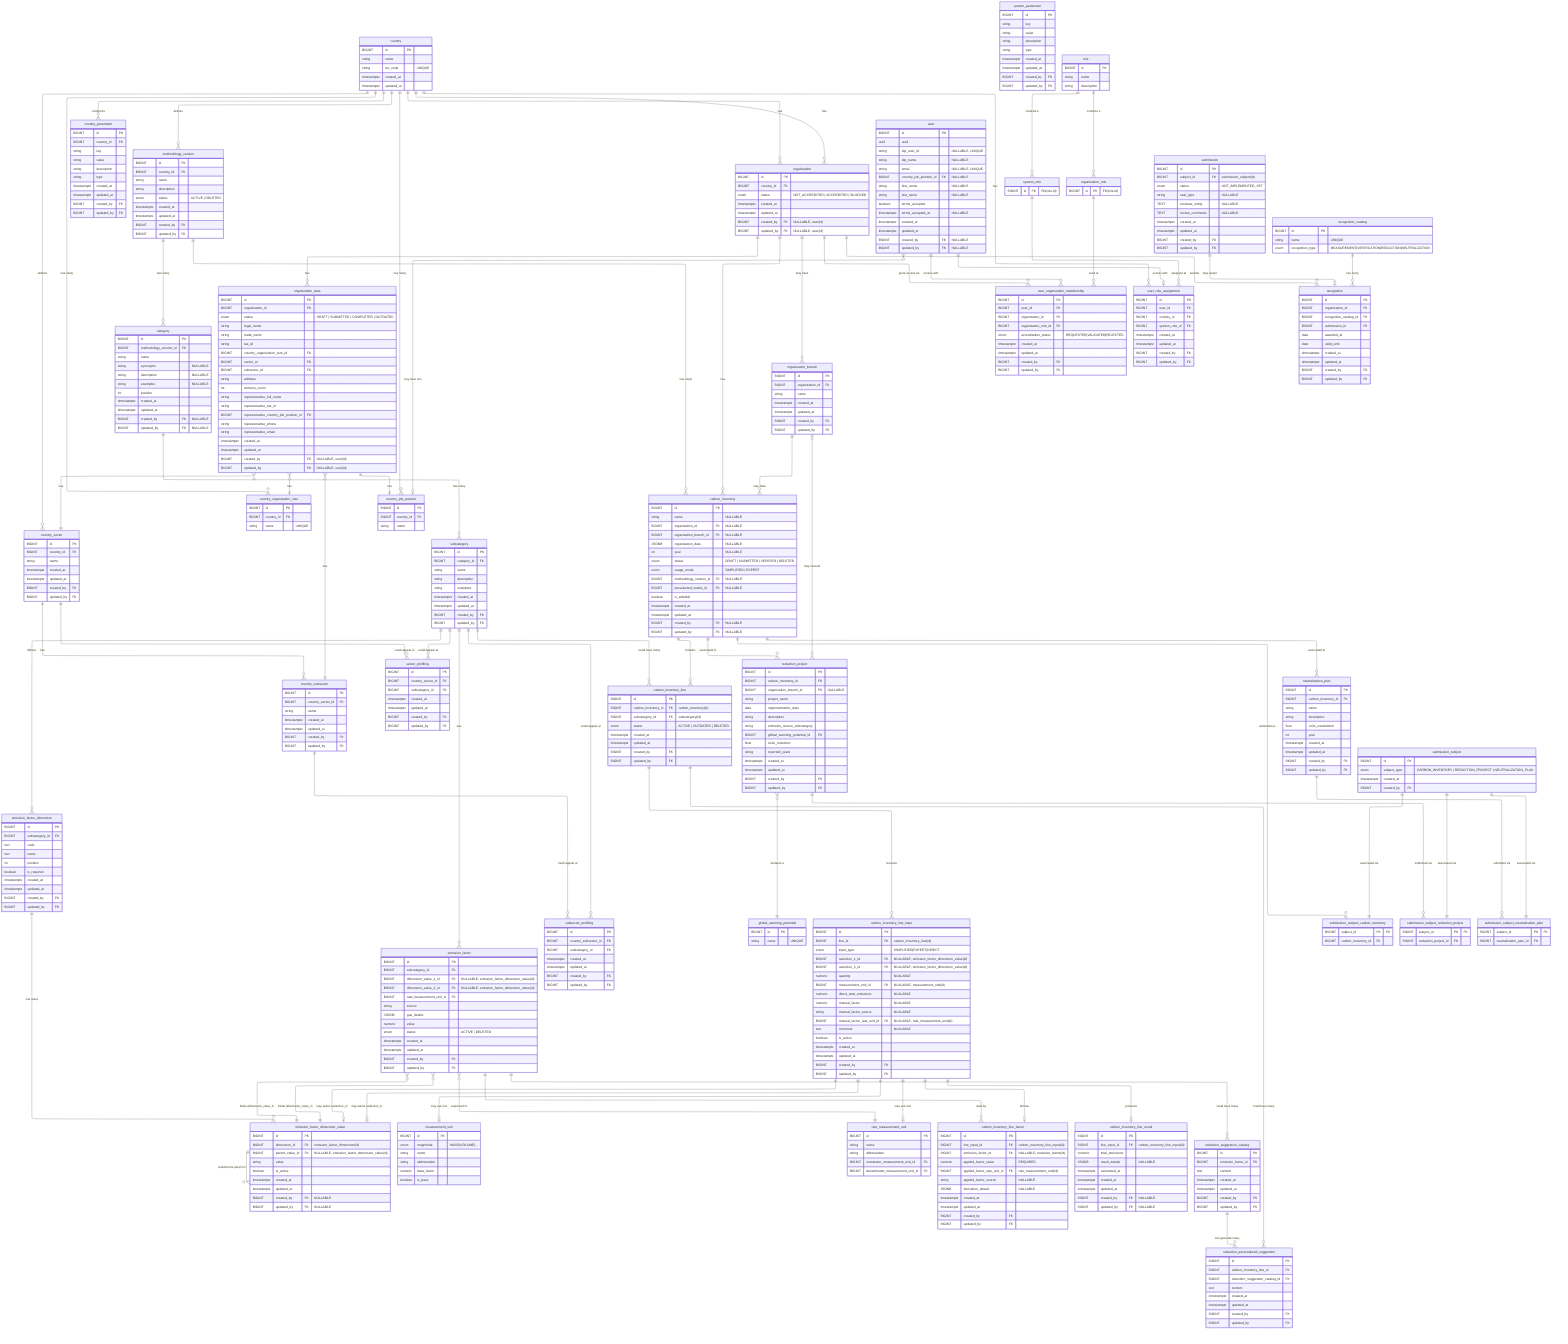
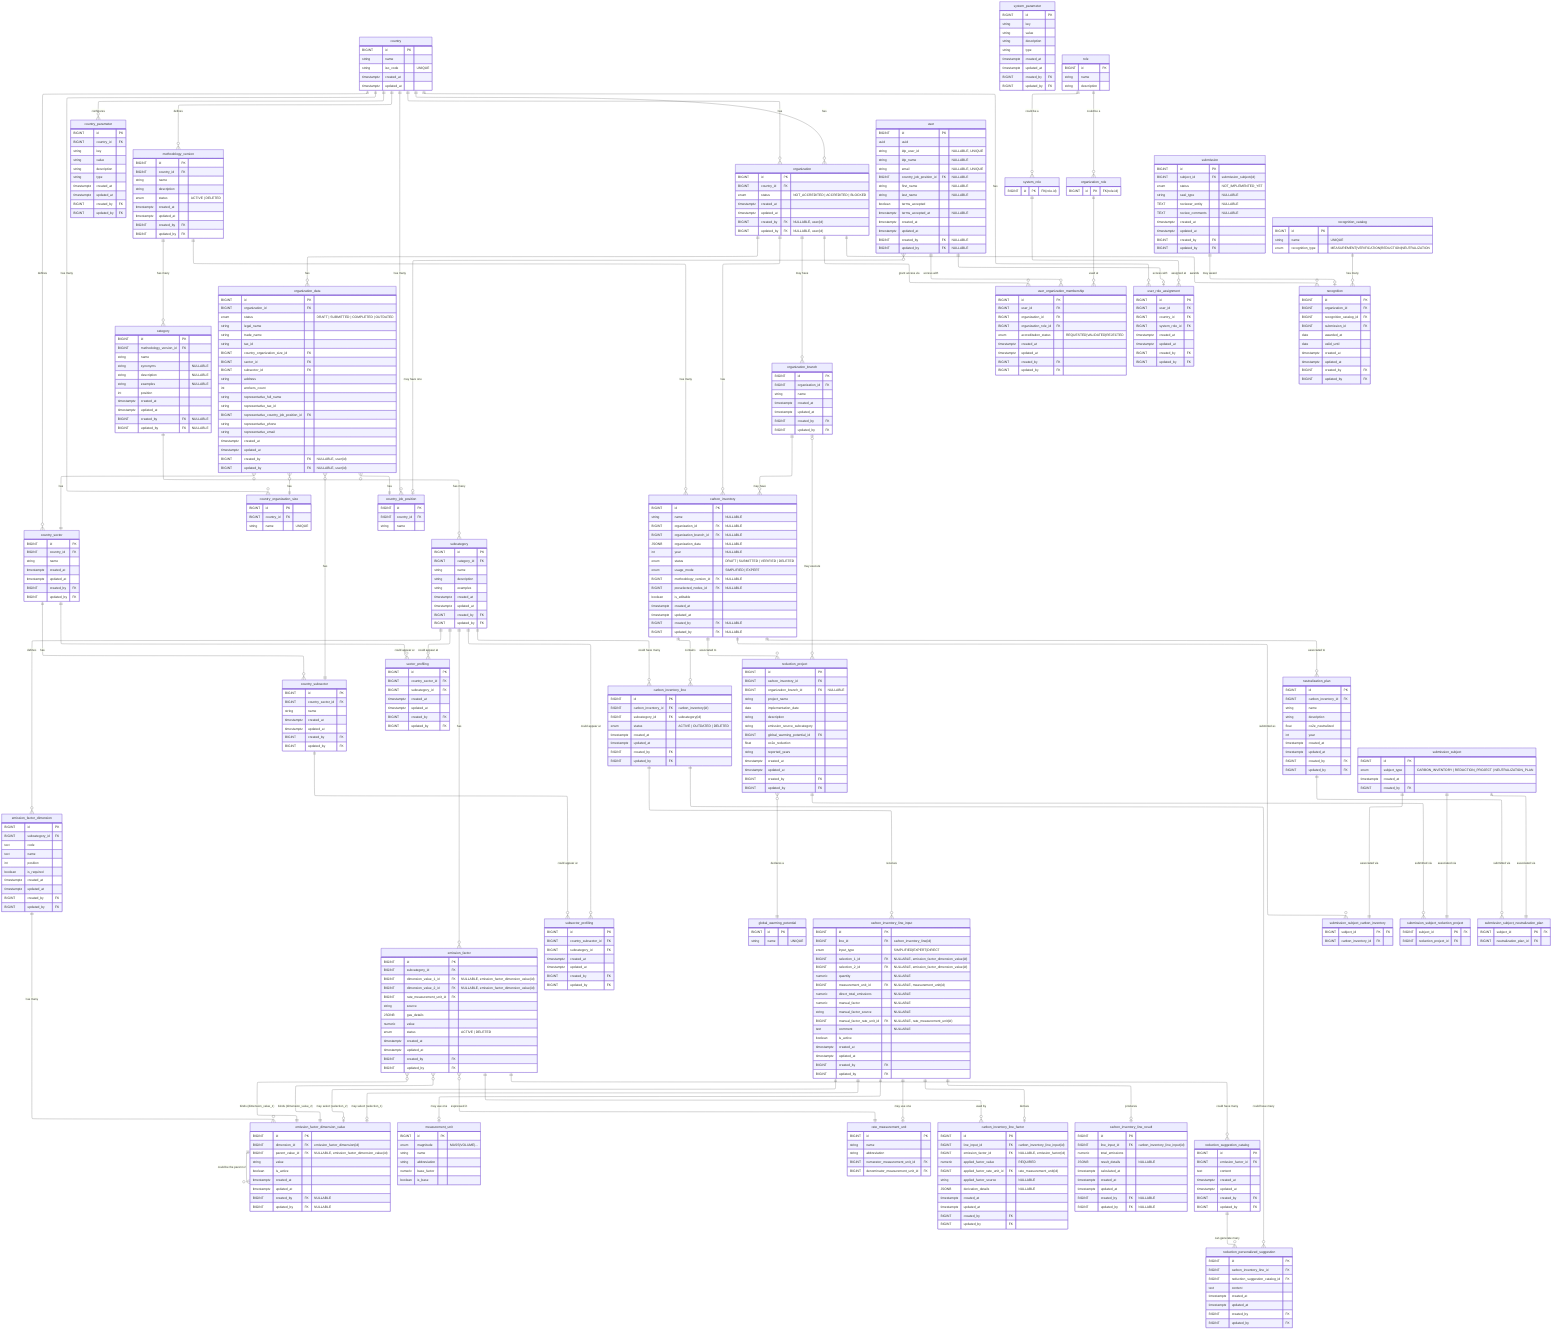
---
config:
  layout: elk
---
erDiagram
	direction TB

	%% ============================================================
	%% Design Principles
	%% ============================================================

	%% 🔷 Core Modeling Principles
	%% 	1.	Each table has a single, well-defined responsibility
	%% Tables are designed to represent one concept only (e.g. configuration, input, result, workflow), avoiding mixed concerns.

	%% 	2.	Relationships reflect real business rules, not just foreign keys
	%% Cardinalities and optionality are chosen to express domain constraints, not merely technical implementation details.

	%% 	3.	Nullability is intentional and meaningful
	%% Nullable fields indicate valid domain states (e.g. optional associations, draft data), not incomplete design.

	%% ⸻

	%% 🔷 Configuration & Reference Data
	%% 	4.	Reference data is normalized and centralized
	%% Shared concepts (statuses, units, potentials) are defined once and reused across the system.

	%% 	5.	Volatile enums are modeled as tables, not database ENUMs
	%% Any value expected to evolve (statuses, workflows) is stored in catalog tables to avoid schema migrations.

	%% 	6.	Stable physical concepts may use ENUMs
	%% Concepts that are scientifically stable (e.g. unit magnitude, usage mode) may use database ENUMs for safety and clarity.

	%% ⸻

	%% 🔷 Methodology & Emission Factors

	%% 	7.	Methodology is versioned and country-scoped
	%% All categories, subcategories, and factors belong to a specific methodology version tied to a country.

	%% 	8.	Emission factors are defined by standardized dimensions, not free text
	%% User selections and factor matching are driven by normalized dimension values to ensure consistency and correctness.

	%% 	9.	Dimension cardinality reflects domain reality, not generic flexibility
	%% Emission factors support up to two dimensions by design, matching current methodology requirements and admin workflows.

	%% 	10.	Administrative workflows are hierarchical and sequential
	%% New entities are created top-down (category → subcategory → dimension → value → factor), enforcing consistency at each level.

	%% ⸻

	%% 🔷 Inventory & Calculation

	%% 	11.	Input, factor selection, and results are modeled as separate concerns
	%% User input, factor derivation, and calculated results are stored in distinct tables for clarity and auditability.

	%% 	12.	Results are always derived from immutable input snapshots
	%% Calculated emissions reference the exact input used, ensuring reproducibility even if inputs change later.

	%% 	13.	Historical data is preserved; updates create new versions
	%% Changes do not overwrite previous data but create new records, maintaining a complete audit trail.

	%% ⸻

	%% 🔷 Workflow & Submissions

	%% 	14.	Workflows are modeled as data, not booleans
	%% Submissions, approvals, and recognitions are represented explicitly rather than inferred from flags.

	%% 	15.	Polymorphism is handled via explicit subject tables
	%% Submissions reference a generic subject entity with concrete subtype tables, avoiding nullable polymorphic foreign keys.

	%% 	16.	Recognitions are awarded based on submissions, not raw entities
	%% This ensures all awards are traceable to a validated review process.

	%% ⸻

	%% 🔷 Audit & Governance

	%% 	17.	Audit fields are applied based on responsibility and mutability
	%% Operational tables are auditable; reference and system-owned tables may omit audit fields by design.

	%% 	18.	System-generated data does not pretend to have an author
	%% Automatically calculated results record timestamps but not created_by or updated_by.

	%% 	19.	Database constraints enforce correctness wherever possible
	%% Uniqueness, consistency, and invariants are enforced at the database level rather than relying solely on application logic.


	%% ⸻

	%% 🔷 Evolution & Maintainability

	%% 	20.	Design favors clarity and correctness over premature generalization
	%% Flexibility is introduced only when driven by real domain requirements, not hypothetical future use cases.

	%% 	21.	Future extensions are possible without breaking existing data
	%% The model anticipates evolution (e.g. new methodologies, new workflows) while keeping current usage simple and explicit.

	%% ⸻

	%% These principles are intentional.
	%% Changes to the model should preserve these invariants unless there is a clear domain-driven reason to evolve them.

	%% ============================================================
	%% 🟦 Country & configuration (7)
	%% ============================================================

	country {
		BIGINT id PK ""
		string name  ""
		string iso_code "UNIQUE"
		timestamptz created_at  ""
		timestamptz updated_at  ""
	}

	country_parameter {
		BIGINT id PK ""
		BIGINT country_id FK ""
		string key  ""
		string value  ""
		string description  ""
		string type  ""
		timestamptz created_at  ""
		timestamptz updated_at  ""
		BIGINT created_by FK ""
		BIGINT updated_by FK ""
	}

	system_parameter {
		BIGINT id PK ""
		string key  ""
		string value  ""
		string description  ""
		string type  ""
		timestamptz created_at  ""
		timestamptz updated_at  ""
		BIGINT created_by FK ""
		BIGINT updated_by FK ""
	}

	country_sector {
		BIGINT id PK ""
		BIGINT country_id FK ""
		string name  ""
		timestamptz created_at  ""
		timestamptz updated_at  ""
		BIGINT created_by FK ""
		BIGINT updated_by FK ""
	}

	country_subsector {
		BIGINT id PK ""
		BIGINT country_sector_id FK ""
		string name  ""
		timestamptz created_at  ""
		timestamptz updated_at  ""
		BIGINT created_by FK ""
		BIGINT updated_by FK ""
	}

	country_organization_size {
		BIGINT id PK ""
		BIGINT country_id FK ""
		string name  "UNIQUE"
	}

	country_job_position {
		BIGINT id PK ""
		BIGINT country_id FK ""
		string name  ""
	}

	%% ============================================================
	%% 🟩 Methodology & factors (9)
	%% ============================================================

	methodology_version {
		BIGINT id PK ""
		BIGINT country_id FK ""
		string name  ""
		string description  ""
		enum status "ACTIVE | DELETED"
		timestamptz created_at  ""
		timestamptz updated_at  ""
		BIGINT created_by FK ""
		BIGINT updated_by FK ""
		%% Enforce via trigger at most 1 active per country
	}

	category {
		BIGINT id PK ""
		BIGINT methodology_version_id FK ""
		string name  ""
		%% just for displaying
		string synonyms "NULLABLE"
		%% just for displaying
		string description "NULLABLE"
		%% just for displaying
		string examples "NULLABLE"
		%% Position must be > 0 (enforced by DB CHECK constraint)
		int position ""
		timestamptz created_at  ""
		timestamptz updated_at  ""
		BIGINT created_by FK "NULLABLE"
		BIGINT updated_by FK "NULLABLE"
		%% UNIQUE(methodology_version_id, name)
		%% UNIQUE(methodology_version_id, position)
	}

	subcategory {
		BIGINT id PK ""
		BIGINT category_id FK ""
		string name  ""
		%% just for displaying
		string description  ""
		%% just for displaying
		string examples ""
		timestamptz created_at  ""
		timestamptz updated_at  ""
		BIGINT created_by FK ""
		BIGINT updated_by FK ""
	}

	emission_factor_dimension {
		BIGINT id PK ""
		BIGINT subcategory_id FK ""
		%% Like: FUEL_GROUP, FUEL_TYPE, GAS_TYPE
		text code ""
		%% Like: Tipo de combustible, Tipo de gas
		text name ""
		%% Like: 1, 2, 3 (order in UI & logic)
		int position ""
		boolean is_required ""
		timestamptz created_at  ""
		timestamptz updated_at  ""
		BIGINT created_by FK ""
		BIGINT updated_by FK ""
		%% UNIQUE(subcategory_id, position),
		%% UNIQUE(subcategory_id, code)
	}

	emission_factor_dimension_value {
		BIGINT id PK ""
		BIGINT dimension_id FK "emission_factor_dimension(id)"
		BIGINT parent_value_id FK "NULLABLE, emission_factor_dimension_value(id)"
		%% Like: Natural gas, Diesel, Kerosene, etc
		string value ""
		boolean is_active ""
		timestamptz created_at  ""
		timestamptz updated_at  ""
		BIGINT created_by FK "NULLABLE"
		BIGINT updated_by FK "NULLABLE"
		%% UNIQUE(dimension_id, value)
	}

	emission_factor {
		BIGINT id PK ""
		BIGINT subcategory_id FK ""
		%% Emission factors currently support up to two dimensions via fixed columns.
		%% A binding table was considered for unbounded dimensions but intentionally not used to keep queries and constraints simple.
		BIGINT dimension_value_1_id FK "NULLABLE, emission_factor_dimension_value(id)"
		BIGINT dimension_value_2_id FK "NULLABLE, emission_factor_dimension_value(id)"
		BIGINT rate_measurement_unit_id FK ""
		string source  ""
		JSONB gas_details ""
		numeric value  ""
		enum status "ACTIVE | DELETED"
		timestamptz created_at  ""
		timestamptz updated_at  ""
		BIGINT created_by FK ""
		BIGINT updated_by FK ""
		%% Enforce UNIQUE (subcategory_id, dimension_value_1_id, dimension_value_2_id) WHERE status = 'ACTIVE'
	}

	sector_profiling {
		BIGINT id PK ""
		BIGINT country_sector_id FK ""
		BIGINT subcategory_id FK ""
		timestamptz created_at  ""
		timestamptz updated_at  ""
		BIGINT created_by FK ""
		BIGINT updated_by FK ""
		%% UNIQUE(country_sector_id, subcategory_id)
	}

	subsector_profiling {
		BIGINT id PK ""
		BIGINT country_subsector_id FK ""
		BIGINT subcategory_id FK ""
		timestamptz created_at  ""
		timestamptz updated_at  ""
		BIGINT created_by FK ""
		BIGINT updated_by FK ""
		%% UNIQUE(country_subsector_id, subcategory_id)
	}

	measurement_unit {
		BIGINT id PK ""
		enum magnitude  "MASS|VOLUME|..."
		string name  ""
		string abbreviation  ""
		numeric base_factor  ""
		boolean is_base  ""
		%% Enforce UNIQUE (magnitude) WHERE is_base = true
	}

	rate_measurement_unit {
		BIGINT id PK ""
		string name  ""
		string abbreviation  ""
		BIGINT numerator_measurement_unit_id FK ""
		BIGINT denominator_measurement_unit_id FK ""
	}

	global_warming_potential {
		BIGINT id PK ""
		string name "UNIQUE"
		%% AR4, AR5, etc...
	}

	%% ============================================================
	%% 🟨 Organizations & users (8)
	%% ============================================================

	organization {
		BIGINT id PK
		BIGINT country_id FK
		enum status "NOT_ACCREDITED | ACCREDITED | BLOCKED"
		timestamptz created_at
		timestamptz updated_at
		BIGINT created_by FK "NULLABLE, user(id)"
		BIGINT updated_by FK "NULLABLE, user(id)"
  	}

	organization_data {
		BIGINT id PK
		BIGINT organization_id FK
		enum status "DRAFT | SUBMITTED | COMPLETED | OUTDATED"

		%% organization data
		string legal_name
		string trade_name
		string tax_id
		BIGINT country_organization_size_id FK
		BIGINT sector_id FK
		BIGINT subsector_id FK
		string address
		int workers_count

		%% representative data
		string representative_full_name
		string representative_tax_id
		BIGINT representative_country_job_position_id FK
		string representative_phone
		string representative_email

		timestamptz created_at
		timestamptz updated_at
		BIGINT created_by FK "NULLABLE, user(id)"
		BIGINT updated_by FK "NULLABLE, user(id)"
	}

	organization_branch {
		BIGINT id PK ""
		BIGINT organization_id FK ""
		string name  ""
		timestamptz created_at  ""
		timestamptz updated_at  ""
		BIGINT created_by FK ""
		BIGINT updated_by FK ""
	}

	user {
		BIGINT id PK ""
		uuid uuid  ""
		string idp_user_id "NULLABLE, UNIQUE"
		string idp_name "NULLABLE"
		string email  "NULLABLE, UNIQUE"
		BIGINT country_job_position_id FK "NULLABLE"
		string first_name "NULLABLE"
		string last_name "NULLABLE"
		boolean terms_accepted ""
		timestamptz terms_accepted_at "NULLABLE"
		timestamptz created_at  ""
		timestamptz updated_at  ""
		BIGINT created_by FK "NULLABLE"
		BIGINT updated_by FK "NULLABLE"
	}

	%% abstract parent table
	role {
		BIGINT id PK ""
		string name ""
		string description ""
	}

	system_role {
		BIGINT id PK "FK(role.id)"
	}

	organization_role {
		BIGINT id PK "FK(role.id)"
	}

	user_organization_membership {
		BIGINT id PK ""
		BIGINT user_id FK ""
		BIGINT organization_id FK ""
		BIGINT organization_role_id FK ""
		enum accreditation_status  "REQUESTED|VALIDATED|REJECTED"
		timestamptz created_at  ""
		timestamptz updated_at  ""
		BIGINT created_by FK ""
		BIGINT updated_by FK ""
		%% UNIQUE(user_id, organization_id, organization_role_id)
	}

	user_role_assignment {
		BIGINT id PK ""
		BIGINT user_id FK ""
		BIGINT country_id FK ""
		BIGINT system_role_id FK ""
		timestamptz created_at  ""
		timestamptz updated_at  ""
		BIGINT created_by FK ""
		BIGINT updated_by FK ""
		%% UNIQUE(user_id, country_id, system_role_id)
	}

	%% ============================================================
	%% 🟧 Inventory & calculation (9)
	%% ============================================================

	%% organization & organization_branch will be NULL when user does not belong to any org.
	carbon_inventory {
		BIGINT id PK ""
		string name "NULLABLE"
		BIGINT organization_id FK "NULLABLE"
		BIGINT organization_branch_id FK "NULLABLE"
		JSONB organization_data "NULLABLE"
		int year "NULLABLE"
		enum status "DRAFT | SUBMITTED | VERIFIED | DELETED"
		enum usage_mode "SIMPLIFIED | EXPERT"
		BIGINT methodology_version_id FK "NULLABLE"
		BIGINT preselected_nodes_id FK "NULLABLE"
		boolean is_editable ""
		timestamptz created_at  ""
		timestamptz updated_at  ""
		BIGINT created_by FK "NULLABLE"
		BIGINT updated_by FK "NULLABLE"
	}

	%% A "line" represents what is being measured (subcategory) for a given inventory.
	%% We do not store quantities/factors/selections here. It's the anchor.
	carbon_inventory_line {
		BIGINT id PK ""
		BIGINT carbon_inventory_id FK "carbon_inventory(id)"
		BIGINT subcategory_id FK "subcategory(id)"
		enum status "ACTIVE | OUTDATED | DELETED"
		timestamptz created_at  ""
		timestamptz updated_at  ""
		BIGINT created_by FK ""
		BIGINT updated_by FK ""
	}

	carbon_inventory_line_input {
		BIGINT id PK ""
		BIGINT line_id FK "carbon_inventory_line(id)"
		enum input_type "SIMPLIFIED|EXPERT|DIRECT"

		%% the "dimension selections" (more on dimension standardization in section 4)
		BIGINT selection_1_id FK "NULLABLE, emission_factor_dimension_value(id)"
		BIGINT selection_2_id FK "NULLABLE, emission_factor_dimension_value(id)"

		numeric quantity "NULLABLE"
		BIGINT measurement_unit_id FK "NULLABLE, measurement_unit(id)"

		%% For DIRECT mode:
		numeric direct_total_emissions "NULLABLE"

		%% For EXPERT mode:
		numeric manual_factor "NULLABLE"
		string manual_factor_source "NULLABLE"
		BIGINT manual_factor_rate_unit_id FK "NULLABLE, rate_measurement_unit(id)"

		text comment "NULLABLE"
		boolean is_active ""
		timestamptz created_at  ""
		timestamptz updated_at  ""
		BIGINT created_by FK ""
		BIGINT updated_by FK ""
		%% Enforce only one active input per line: UNIQUE(line_id) WHERE is_active = true
	}

	%% This stores "what factor did we use, after conversions, and why" so results are reproducible.
	carbon_inventory_line_factor {
		BIGINT id PK ""
		BIGINT line_input_id FK "carbon_inventory_line_input(id)"

		%% chosen factor: either from catalog (simplified) or null for expert/direct
		BIGINT emission_factor_id FK "NULLABLE, emission_factor(id)"

		%% normalized factor actually used in the computation (post-conversion)
		%% REQUIRED: Must always be present for result reproducibility
		numeric applied_factor_value "REQUIRED"
		BIGINT applied_factor_rate_unit_id FK "rate_measurement_unit(id)"
		string applied_factor_source "NULLABLE"

		%% optionally store a JSON blob explaining conversion steps for auditability
		JSONB derivation_details "NULLABLE"

		timestamptz created_at  ""
		timestamptz updated_at  ""
		BIGINT created_by FK ""
		BIGINT updated_by FK ""
		%% Enforce 1 factor row per input: UNIQUE(line_input_id)
	}

	carbon_inventory_line_result {
		BIGINT id PK ""
		BIGINT line_input_id FK "carbon_inventory_line_input(id)"
		numeric total_emissions ""
		%% optionally store breakdown: per-gas, CO2e, etc.
		JSONB result_details "NULLABLE"
		timestamptz calculated_at ""
		timestamptz created_at  ""
		timestamptz updated_at  ""
		BIGINT created_by FK "NULLABLE"
		BIGINT updated_by FK "NULLABLE"
		%% Ensure 1 result per input: UNIQUE(line_input_id)
	}

	reduction_suggestion_catalog {
		BIGINT id PK ""
		BIGINT emission_factor_id FK ""
		text content  ""
		timestamptz created_at  ""
		timestamptz updated_at  ""
		BIGINT created_by FK ""
		BIGINT updated_by FK ""
	}

	%% We plan to create these suggestion with AI
	reduction_personalized_suggestion {
		BIGINT id PK ""
		BIGINT carbon_inventory_line_id FK ""
		BIGINT reduction_suggestion_catalog_id FK ""
		text content  ""
		timestamptz created_at  ""
		timestamptz updated_at  ""
		BIGINT created_by FK ""
		BIGINT updated_by FK ""
	}

	reduction_project {
		BIGINT id PK ""
		BIGINT carbon_inventory_id FK ""
		BIGINT organization_branch_id FK "NULLABLE"
		string project_name  ""
		date implementation_date  ""
		string description  ""
		string emission_source_subcategory  ""
		BIGINT global_warming_potential_id FK ""
		float co2e_reduction  ""
		string reported_years  ""
		timestamptz created_at  ""
		timestamptz updated_at  ""
		BIGINT created_by FK ""
		BIGINT updated_by FK ""
	}

	neutralization_plan {
		BIGINT id PK ""
		BIGINT carbon_inventory_id FK ""
		string name  ""
		string description  ""
		float co2e_neutralized  ""
		int year  ""
		timestamptz created_at  ""
		timestamptz updated_at  ""
		BIGINT created_by FK ""
		BIGINT updated_by FK ""
	}

	%% ============================================================
	%% 🟥 Submissions & recognition (7)
	%% ============================================================

	%% Read the docs about the submissions model design here: https://www.notion.so/Modelo-E-R-para-Submissions-2d318d2c8901805ab8f9eed2a9d9d702?source=copy_link
	%% The data within this table is immutable once created
	submission_subject {
		BIGINT id PK ""
		enum subject_type "CARBON_INVENTORY | REDUCTION_PROJECT | NEUTRALIZATION_PLAN"
		timestamptz created_at  ""
		BIGINT created_by FK ""
	}

	%% The data within this table is immutable once created
	submission_subject_carbon_inventory {
		BIGINT subject_id PK "FK"
		BIGINT carbon_inventory_id FK ""
	}

	%% The data within this table is immutable once created
	submission_subject_reduction_project {
		BIGINT subject_id PK "FK"
		BIGINT reduction_project_id FK ""
	}

	%% The data within this table is immutable once created
	submission_subject_neutralization_plan {
		BIGINT subject_id PK "FK"
		BIGINT neutralization_plan_id FK ""
	}

	submission {
		BIGINT id PK ""
		BIGINT subject_id FK "submission_subject(id)"
		enum status "NOT_IMPLEMENTED_YET"
		string seal_type  "NULLABLE"
		TEXT reviewer_entity "NULLABLE"
		TEXT review_comments "NULLABLE"
		timestamptz created_at  ""
		timestamptz updated_at  ""
		BIGINT created_by FK ""
		BIGINT updated_by FK ""
	}

	recognition_catalog {
		BIGINT id PK ""
		string name "UNIQUE"
		enum recognition_type  "MEASUREMENT|VERIFICATION|REDUCTION|NEUTRALIZATION"
	}

	recognition {
		BIGINT id PK ""
		BIGINT organization_id FK ""
		BIGINT recognition_catalog_id FK ""
		BIGINT submission_id FK ""
		date awarded_at  ""
		date valid_until  ""
		timestamptz created_at  ""
		timestamptz updated_at  ""
		BIGINT created_by FK ""
		BIGINT updated_by FK ""
	}

	%% ============================================================
	%% Others
	%% ============================================================


%% ============================================================
%% Relationships
%% ============================================================

country
	country ||--o{ country_parameter : "configures"
	country ||--o{ country_sector : "defines"
	country ||--o{ methodology_version : "defines"
	country ||--o{ organization : "has"
	country ||--o{ user_role_assignment : "has"
	country ||--o{ country_organization_size: "has many"
	country ||--o{ country_job_position : "has many"
	country ||--o{ organization : "has"

country_sector
	country_sector ||--o{ country_subsector : "has"
	country_sector ||--o{ sector_profiling : "could appear at"

country_subsector
	country_subsector ||--o{ subsector_profiling : "could appear at"

organization
	organization ||--o{ carbon_inventory : "has"
	organization ||--o{ organization_branch : "may have"
	organization ||--o{ recognition : "awards"
	organization ||--o{ user_organization_membership : "grant access via"
	organization ||--o{ organization_data : "has"

organization_data
	organization_data }o--|| country_organization_size : "has"
	organization_data }o--|| country_sector : "has"
	organization_data }o--|| country_subsector : "has"
- 	organization_data ||--|| country_job_position : "has"
+ 	organization_data }o--|| country_job_position : "has"

organization_branch
	organization_branch |o--o{ reduction_project : "may execute"
	organization_branch ||--o{ carbon_inventory : "may have"

recognition_catalog
	recognition_catalog ||--o{ recognition  : "has many"

role
	role ||--o{ system_role : "could be a"
	role ||--o{ organization_role : "could be a"
	organization_role ||--o{ user_organization_membership : "used at"
	system_role ||--o{ user_role_assignment : "assigned at"

user
	user ||--o{ user_organization_membership : "access with"
	user }o--o| country_job_position : "may have one"
	user ||--o| user_role_assignment : "access with"

methodology_version
	methodology_version ||--o{ carbon_inventory : "has many"
	methodology_version ||--o{ category : "has many"

category
	category ||--o{ subcategory : "has many"

subcategory
	subcategory ||--o{ emission_factor_dimension: "defines"
	%% A subcategory may exist with zero emission factors:
	subcategory ||--o{ emission_factor: "has"
	subcategory ||--o{ sector_profiling: "could appear at"
	subcategory ||--o{ subsector_profiling: "could appear at"
	subcategory ||--o{ carbon_inventory_line: "could have many"

emission_factor_dimension
	emission_factor_dimension ||--o{ emission_factor_dimension_value : "has many"

emission_factor_dimension_value
	emission_factor_dimension_value ||--o{ emission_factor_dimension_value : "could be the parent of"

emission_factor
	emission_factor ||--o{ reduction_suggestion_catalog : "could have many"
	emission_factor ||--o{ carbon_inventory_line_factor : "used by"
	emission_factor }o--|| rate_measurement_unit : "expressed in"
	%% At most 2 values, depending on subcategory configuration:
	emission_factor }o--|| emission_factor_dimension_value : "binds (dimension_value_1)"
	emission_factor }o--|| emission_factor_dimension_value : "binds (dimension_value_2)"

carbon_inventory
	carbon_inventory ||--o{ carbon_inventory_line: "contains"
	carbon_inventory ||--o{ submission_subject_carbon_inventory: "submitted as"
	carbon_inventory ||--o{ neutralization_plan: "associated to"
	carbon_inventory ||--o{ reduction_project: "associated to"

carbon_inventory_line
	carbon_inventory_line ||--o{ reduction_personalized_suggestion: "could have many"
	carbon_inventory_line ||--o{ carbon_inventory_line_input: "receives"

carbon_inventory_line_input
	carbon_inventory_line_input ||--o| emission_factor_dimension_value: "may select (selection_1)"
	carbon_inventory_line_input ||--o| emission_factor_dimension_value: "may select (selection_2)"
	carbon_inventory_line_input ||--o| measurement_unit: "may use one"
	carbon_inventory_line_input ||--o| rate_measurement_unit: "may use one"
	carbon_inventory_line_input ||--o| carbon_inventory_line_factor: "derives"
	carbon_inventory_line_input ||--o| carbon_inventory_line_result: "produces"

submission_subject
	submission_subject ||--|| submission_subject_carbon_inventory : "associated via"
	submission_subject ||--|| submission_subject_reduction_project : "associated via"
	submission_subject ||--|| submission_subject_neutralization_plan : "associated via"

submission
	submission ||--o| recognition: "may award"

neutralization_plan
	neutralization_plan ||--o{ submission_subject_neutralization_plan : "submitted via"

reduction_project
	reduction_project ||--o{ submission_subject_reduction_project : "submitted via"
	reduction_project }o--|| global_warming_potential : "declares a"

reduction_suggestion_catalog
	reduction_suggestion_catalog ||--o{ reduction_personalized_suggestion : "can generate many"